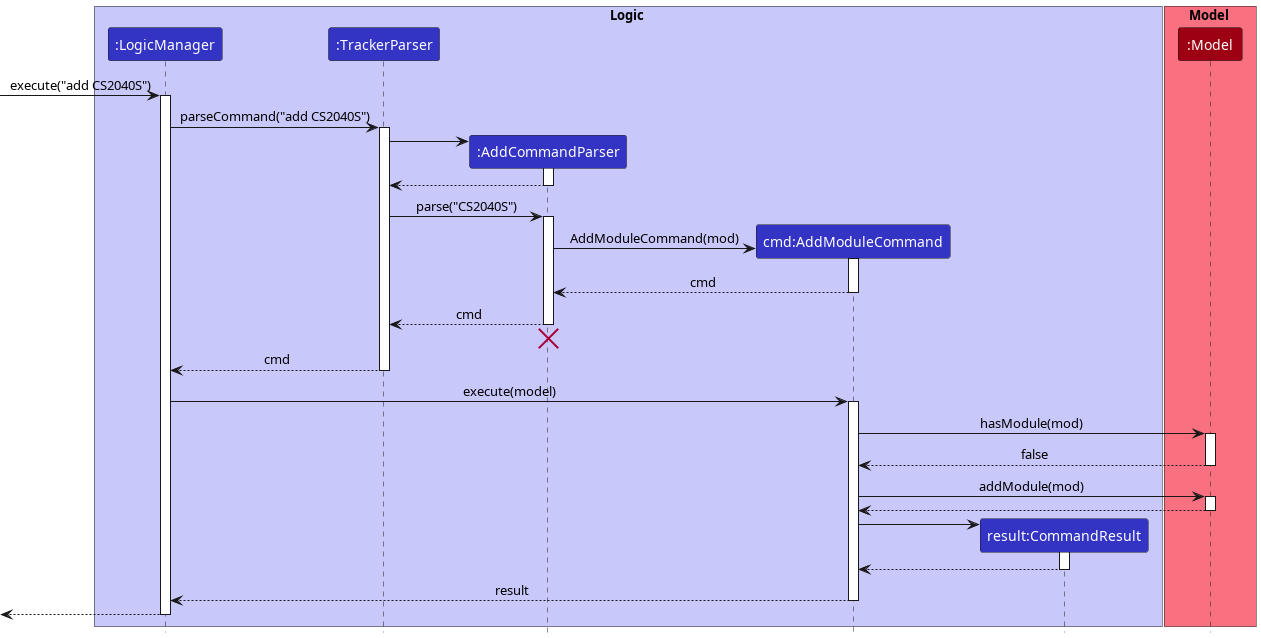
This is docs/images/AddSequenceDiagram.png from nus-cs2103-AY2223S2/tp, a PlantUML export, as it was before one commit.
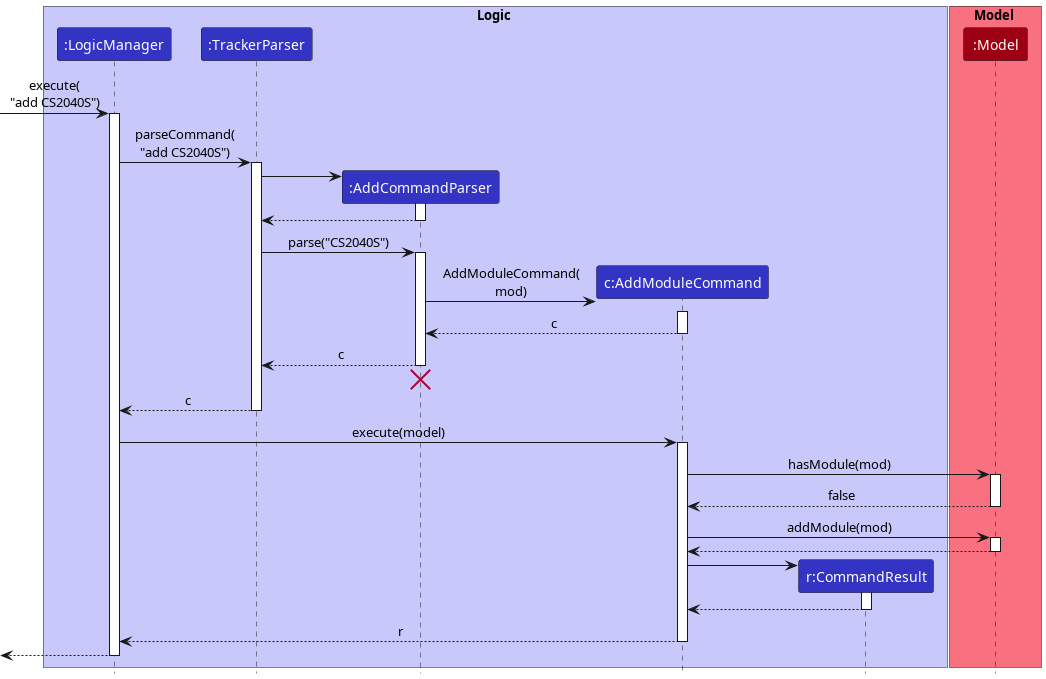
Above is the later version.

Commit message:
Update DG Add and Edit sequence diagrams to reduce their width

Change to the diagram source:
```diff
@@ -74,18 +74,18 @@
 participant ":LogicManager" as LogicManager LOGIC_COLOR
 participant ":TrackerParser" as TrackerParser LOGIC_COLOR
 participant ":AddCommandParser" as AddCommandParser LOGIC_COLOR
-participant "cmd:AddModuleCommand" as AddModuleCommand LOGIC_COLOR
-participant "result:CommandResult" as CommandResult LOGIC_COLOR
+participant "c:AddModuleCommand" as AddModuleCommand LOGIC_COLOR
+participant "r:CommandResult" as CommandResult LOGIC_COLOR
 end box
 
 box Model MODEL_COLOR_T1
 participant ":Model" as Model MODEL_COLOR
 end box
 
-[-> LogicManager : execute("add CS2040S")
+[-> LogicManager : execute(\n"add CS2040S")
 activate LogicManager
 
-LogicManager -> TrackerParser : parseCommand("add CS2040S")
+LogicManager -> TrackerParser : parseCommand(\n"add CS2040S")
 activate TrackerParser
 
 create AddCommandParser
@@ -99,19 +99,19 @@
 activate AddCommandParser
 
 create AddModuleCommand
-AddCommandParser -> AddModuleCommand : AddModuleCommand(mod)
+AddCommandParser -> AddModuleCommand : AddModuleCommand(\nmod)
 activate AddModuleCommand
 
-AddModuleCommand --> AddCommandParser : cmd
+AddModuleCommand --> AddCommandParser : c
 deactivate AddModuleCommand
 
-AddCommandParser --> TrackerParser : cmd
+AddCommandParser --> TrackerParser : c
 deactivate AddCommandParser
 
 AddCommandParser -[hidden]-> TrackerParser
 destroy AddCommandParser
 
-TrackerParser --> LogicManager : cmd
+TrackerParser --> LogicManager : c
 deactivate TrackerParser
 
 LogicManager -> AddModuleCommand : execute(model)
@@ -136,7 +136,7 @@
 CommandResult --> AddModuleCommand
 deactivate CommandResult
 
-AddModuleCommand --> LogicManager : result
+AddModuleCommand --> LogicManager : r
 deactivate AddModuleCommand
 
 [<--LogicManager
```
